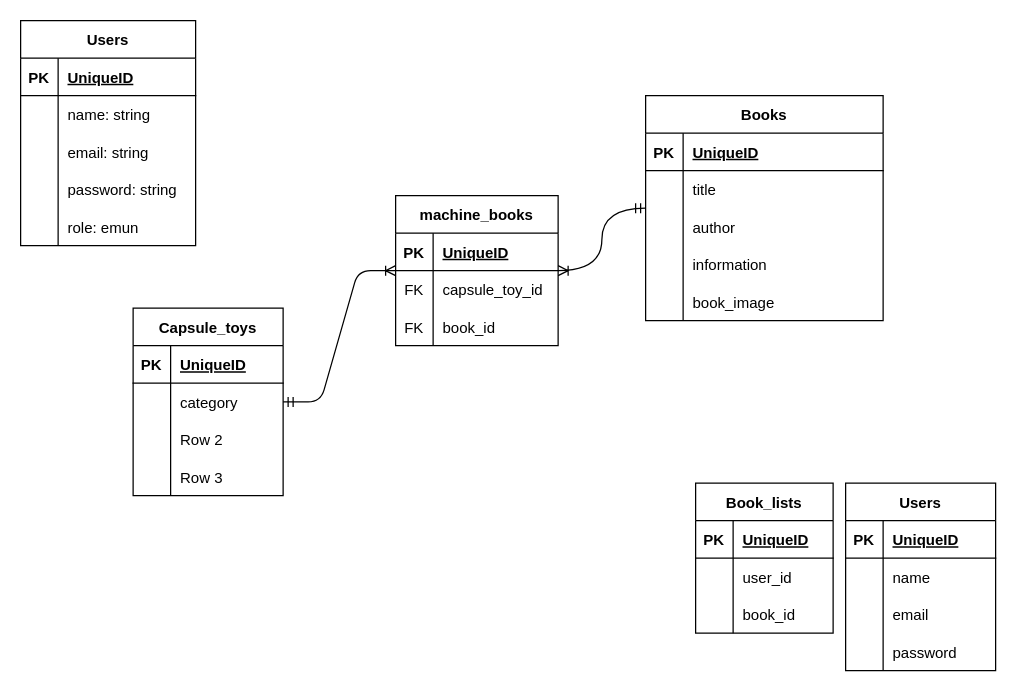
Above: er.drawio in okmt-aya-26/encounter_with_books (draw.io), before the change. Source tidied: cells renumbered, new cells numbered last; positions are measured from the earlier drawing's top-left corner, leaving out a move shared by most shapes. Both pictures are drawn from the tidied source at 125%, with x=0, y=0 at pixel (20, 20).
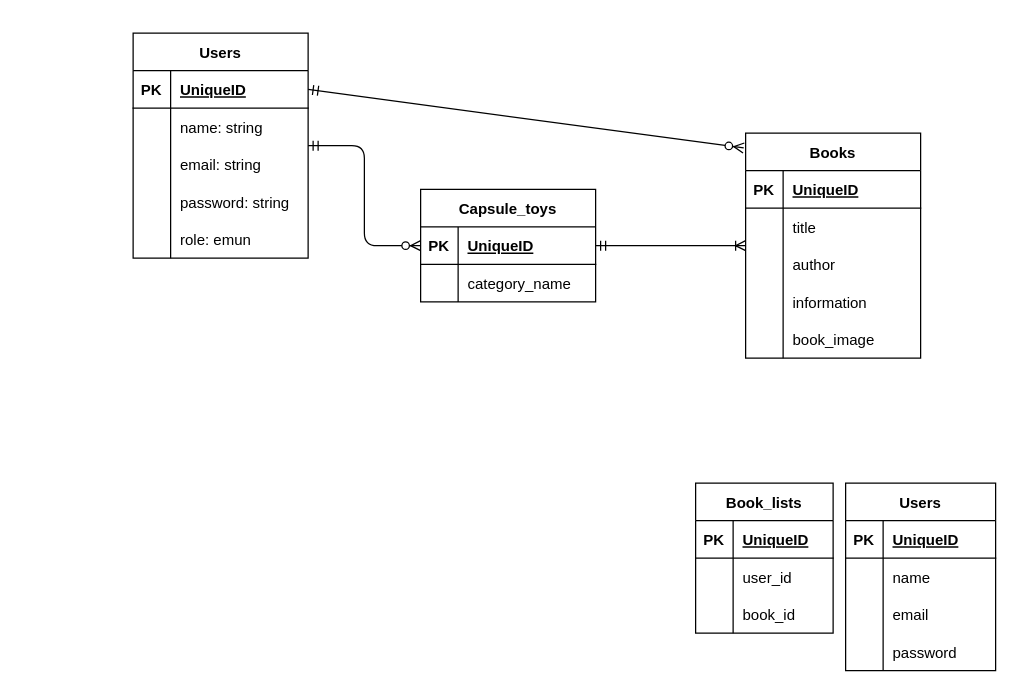
The same diagram, later.

The change refers to these unchanged cells:
```xml
<mxCell id="65" style="shape=partialRectangle;fillColor=none;top=0;left=0;bottom=1;right=0;points=[[0,0.5],[1,0.5]];portConstraint=eastwest;" parent="64" vertex="1">
  <mxGeometry y="30" width="140" height="30" as="geometry" />
</mxCell>
```

What changed in the source:
```diff
@@
     <mxCell id="2" value="Capsule_toys" style="shape=table;startSize=30;childLayout=tableLayout;rowLines=0;fontStyle=1;align=center;" parent="1" vertex="1">
-      <mxGeometry x="90" y="230" width="120" height="150" as="geometry" />
+      <mxGeometry x="320" y="135" width="140" height="90" as="geometry" />
     </mxCell>
     <mxCell id="3" style="shape=partialRectangle;fillColor=none;top=0;left=0;bottom=1;right=0;" parent="2" vertex="1">
-      <mxGeometry y="30" width="120" height="30" as="geometry" />
+      <mxGeometry y="30" width="140" height="30" as="geometry" />
     </mxCell>
@@
     <mxCell id="5" value="UniqueID" style="shape=partialRectangle;fillColor=none;top=0;left=0;bottom=0;right=0;align=left;spacingLeft=6;fontStyle=5;overflow=hidden;" parent="3" vertex="1">
-      <mxGeometry x="30" width="90" height="30" as="geometry" />
+      <mxGeometry x="30" width="110" height="30" as="geometry" />
     </mxCell>
     <mxCell id="6" style="shape=partialRectangle;fillColor=none;top=0;left=0;bottom=0;right=0;" parent="2" vertex="1">
-      <mxGeometry y="60" width="120" height="30" as="geometry" />
+      <mxGeometry y="60" width="140" height="30" as="geometry" />
     </mxCell>
@@
-    <mxCell id="8" value="category" style="shape=partialRectangle;fillColor=none;top=0;left=0;bottom=0;right=0;align=left;spacingLeft=6;overflow=hidden;" parent="6" vertex="1">
-      <mxGeometry x="30" width="90" height="30" as="geometry" />
+    <mxCell id="8" value="category_name" style="shape=partialRectangle;fillColor=none;top=0;left=0;bottom=0;right=0;align=left;spacingLeft=6;overflow=hidden;" parent="6" vertex="1">
+      <mxGeometry x="30" width="110" height="30" as="geometry" />
     </mxCell>
-    <mxCell id="9" style="shape=partialRectangle;fillColor=none;top=0;left=0;bottom=0;right=0;" parent="2" vertex="1">
-      <mxGeometry y="90" width="120" height="30" as="geometry" />
-    </mxCell>
-    <mxCell id="10" style="shape=partialRectangle;fillColor=none;top=0;left=0;bottom=0;right=0;overflow=hidden;" parent="9" vertex="1">
-      <mxGeometry width="30" height="30" as="geometry" />
-    </mxCell>
-    <mxCell id="11" value="Row 2" style="shape=partialRectangle;fillColor=none;top=0;left=0;bottom=0;right=0;align=left;spacingLeft=6;overflow=hidden;" parent="9" vertex="1">
-      <mxGeometry x="30" width="90" height="30" as="geometry" />
-    </mxCell>
-    <mxCell id="12" style="shape=partialRectangle;fillColor=none;top=0;left=0;bottom=0;right=0;" parent="2" vertex="1">
-      <mxGeometry y="120" width="120" height="30" as="geometry" />
-    </mxCell>
-    <mxCell id="13" style="shape=partialRectangle;fillColor=none;top=0;left=0;bottom=0;right=0;overflow=hidden;" parent="12" vertex="1">
-      <mxGeometry width="30" height="30" as="geometry" />
-    </mxCell>
-    <mxCell id="14" value="Row 3" style="shape=partialRectangle;fillColor=none;top=0;left=0;bottom=0;right=0;align=left;spacingLeft=6;overflow=hidden;" parent="12" vertex="1">
-      <mxGeometry x="30" width="90" height="30" as="geometry" />
-    </mxCell>
     <mxCell id="15" value="Books" style="shape=table;startSize=30;childLayout=tableLayout;rowLines=0;fontStyle=1;align=center;" parent="1" vertex="1">
-      <mxGeometry x="500" y="60" width="190" height="180" as="geometry" />
+      <mxGeometry x="580" y="90" width="140" height="180" as="geometry" />
     </mxCell>
     <mxCell id="16" style="shape=partialRectangle;fillColor=none;top=0;left=0;bottom=1;right=0;" parent="15" vertex="1">
-      <mxGeometry y="30" width="190" height="30" as="geometry" />
+      <mxGeometry y="30" width="140" height="30" as="geometry" />
     </mxCell>
@@
     <mxCell id="18" value="UniqueID" style="shape=partialRectangle;fillColor=none;top=0;left=0;bottom=0;right=0;align=left;spacingLeft=6;fontStyle=5;overflow=hidden;" parent="16" vertex="1">
-      <mxGeometry x="30" width="160" height="30" as="geometry" />
+      <mxGeometry x="30" width="110" height="30" as="geometry" />
     </mxCell>
     <mxCell id="19" style="shape=partialRectangle;fillColor=none;top=0;left=0;bottom=0;right=0;" parent="15" vertex="1">
-      <mxGeometry y="60" width="190" height="30" as="geometry" />
+      <mxGeometry y="60" width="140" height="30" as="geometry" />
     </mxCell>
@@
     <mxCell id="21" value="title" style="shape=partialRectangle;fillColor=none;top=0;left=0;bottom=0;right=0;align=left;spacingLeft=6;overflow=hidden;" parent="19" vertex="1">
-      <mxGeometry x="30" width="160" height="30" as="geometry" />
+      <mxGeometry x="30" width="110" height="30" as="geometry" />
     </mxCell>
     <mxCell id="22" style="shape=partialRectangle;fillColor=none;top=0;left=0;bottom=0;right=0;" parent="15" vertex="1">
-      <mxGeometry y="90" width="190" height="30" as="geometry" />
+      <mxGeometry y="90" width="140" height="30" as="geometry" />
     </mxCell>
@@
     <mxCell id="24" value="author" style="shape=partialRectangle;fillColor=none;top=0;left=0;bottom=0;right=0;align=left;spacingLeft=6;overflow=hidden;" parent="22" vertex="1">
-      <mxGeometry x="30" width="160" height="30" as="geometry" />
+      <mxGeometry x="30" width="110" height="30" as="geometry" />
     </mxCell>
     <mxCell id="25" style="shape=partialRectangle;fillColor=none;top=0;left=0;bottom=0;right=0;" parent="15" vertex="1">
-      <mxGeometry y="120" width="190" height="30" as="geometry" />
+      <mxGeometry y="120" width="140" height="30" as="geometry" />
     </mxCell>
@@
     <mxCell id="27" value="information" style="shape=partialRectangle;fillColor=none;top=0;left=0;bottom=0;right=0;align=left;spacingLeft=6;overflow=hidden;" parent="25" vertex="1">
-      <mxGeometry x="30" width="160" height="30" as="geometry" />
+      <mxGeometry x="30" width="110" height="30" as="geometry" />
     </mxCell>
     <mxCell id="28" style="shape=partialRectangle;fillColor=none;top=0;left=0;bottom=0;right=0;" parent="15" vertex="1">
-      <mxGeometry y="150" width="190" height="30" as="geometry" />
+      <mxGeometry y="150" width="140" height="30" as="geometry" />
     </mxCell>
@@
     <mxCell id="30" value="book_image" style="shape=partialRectangle;fillColor=none;top=0;left=0;bottom=0;right=0;align=left;spacingLeft=6;overflow=hidden;" parent="28" vertex="1">
-      <mxGeometry x="30" width="160" height="30" as="geometry" />
+      <mxGeometry x="30" width="110" height="30" as="geometry" />
     </mxCell>
@@
-    <mxCell id="54" value="machine_books" style="shape=table;startSize=30;childLayout=tableLayout;rowLines=0;fontStyle=1;align=center;" parent="1" vertex="1">
-      <mxGeometry x="300" y="140" width="130" height="120" as="geometry" />
-    </mxCell>
-    <mxCell id="55" style="shape=partialRectangle;fillColor=none;top=0;left=0;bottom=1;right=0;" parent="54" vertex="1">
-      <mxGeometry y="30" width="130" height="30" as="geometry" />
-    </mxCell>
-    <mxCell id="56" value="PK" style="shape=partialRectangle;fillColor=none;top=0;left=0;bottom=0;right=0;fontStyle=1;overflow=hidden;" parent="55" vertex="1">
-      <mxGeometry width="30" height="30" as="geometry" />
-    </mxCell>
-    <mxCell id="57" value="UniqueID" style="shape=partialRectangle;fillColor=none;top=0;left=0;bottom=0;right=0;align=left;spacingLeft=6;fontStyle=5;overflow=hidden;" parent="55" vertex="1">
-      <mxGeometry x="30" width="100" height="30" as="geometry" />
-    </mxCell>
-    <mxCell id="58" style="shape=partialRectangle;fillColor=none;top=0;left=0;bottom=0;right=0;" parent="54" vertex="1">
-      <mxGeometry y="60" width="130" height="30" as="geometry" />
-    </mxCell>
-    <mxCell id="59" value="FK" style="shape=partialRectangle;fillColor=none;top=0;left=0;bottom=0;right=0;overflow=hidden;" parent="58" vertex="1">
-      <mxGeometry width="30" height="30" as="geometry" />
-    </mxCell>
-    <mxCell id="60" value="capsule_toy_id" style="shape=partialRectangle;fillColor=none;top=0;left=0;bottom=0;right=0;align=left;spacingLeft=6;overflow=hidden;" parent="58" vertex="1">
-      <mxGeometry x="30" width="100" height="30" as="geometry" />
-    </mxCell>
-    <mxCell id="61" style="shape=partialRectangle;fillColor=none;top=0;left=0;bottom=0;right=0;" parent="54" vertex="1">
-      <mxGeometry y="90" width="130" height="30" as="geometry" />
-    </mxCell>
-    <mxCell id="62" value="FK" style="shape=partialRectangle;fillColor=none;top=0;left=0;bottom=0;right=0;overflow=hidden;" parent="61" vertex="1">
-      <mxGeometry width="30" height="30" as="geometry" />
-    </mxCell>
-    <mxCell id="63" value="book_id" style="shape=partialRectangle;fillColor=none;top=0;left=0;bottom=0;right=0;align=left;spacingLeft=6;overflow=hidden;" parent="61" vertex="1">
-      <mxGeometry x="30" width="100" height="30" as="geometry" />
-    </mxCell>
     <mxCell id="64" value="Users" style="shape=table;startSize=30;childLayout=tableLayout;rowLines=0;fontStyle=1;align=center;" parent="1" vertex="1">
-      <mxGeometry width="140" height="180" as="geometry" />
+      <mxGeometry x="90" y="10" width="140" height="180" as="geometry" />
     </mxCell>
@@
-    <mxCell id="80" style="edgeStyle=entityRelationEdgeStyle;fontSize=12;html=1;endArrow=ERoneToMany;startArrow=ERmandOne;endFill=0;" parent="1" edge="1" source="2" target="54">
-      <mxGeometry relative="1" as="geometry" />
-    </mxCell>
-    <mxCell id="81" style="fontSize=12;html=1;endArrow=ERoneToMany;startArrow=ERmandOne;edgeStyle=orthogonalEdgeStyle;curved=1;" parent="1" edge="1" source="15" target="54">
-      <mxGeometry relative="1" as="geometry" />
-    </mxCell>
+    <mxCell id="82" style="edgeStyle=entityRelationEdgeStyle;fontSize=12;html=1;endArrow=ERoneToMany;startArrow=ERmandOne;" parent="1" edge="1" source="2" target="15">
+      <mxGeometry relative="1" as="geometry" />
+    </mxCell>
+    <mxCell id="83" style="fontSize=12;html=1;endArrow=ERzeroToMany;startArrow=ERmandOne;edgeStyle=orthogonalEdgeStyle;" parent="1" edge="1" source="64" target="2">
+      <mxGeometry relative="1" as="geometry" />
+    </mxCell>
+    <mxCell id="84" style="fontSize=12;html=1;endArrow=ERzeroToMany;startArrow=ERmandOne;entryX=-0.011;entryY=0.066;entryDx=0;entryDy=0;entryPerimeter=0;exitX=1;exitY=0.5;exitDx=0;exitDy=0;" parent="1" edge="1" source="65" target="15">
+      <mxGeometry relative="1" as="geometry" />
+    </mxCell>
```
